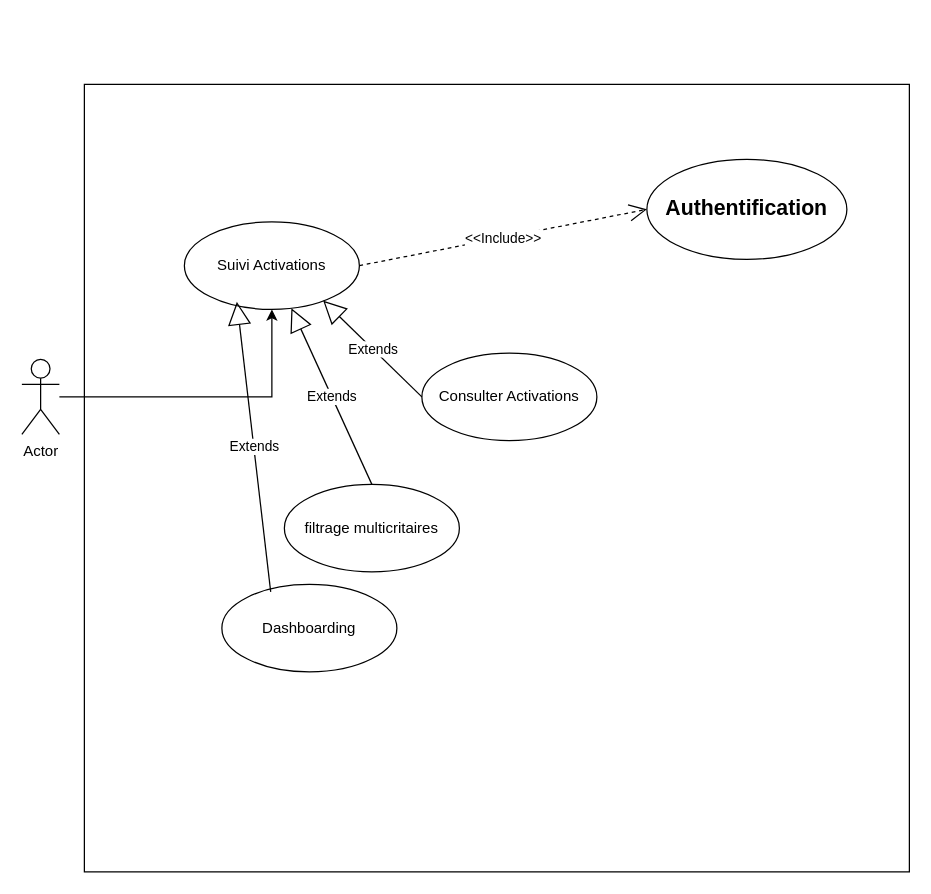
This is smthn/Diagramme sans nom.drawio from omarhafidiomarhafidi/conception, a draw.io file, before an edit. Source tidied: cells renumbered, new cells numbered last; positions are measured from the earlier drawing's top-left corner, leaving out a move shared by most shapes. Both pictures are drawn from the tidied source at 125%, with x=0, y=0 at pixel (21, 84).
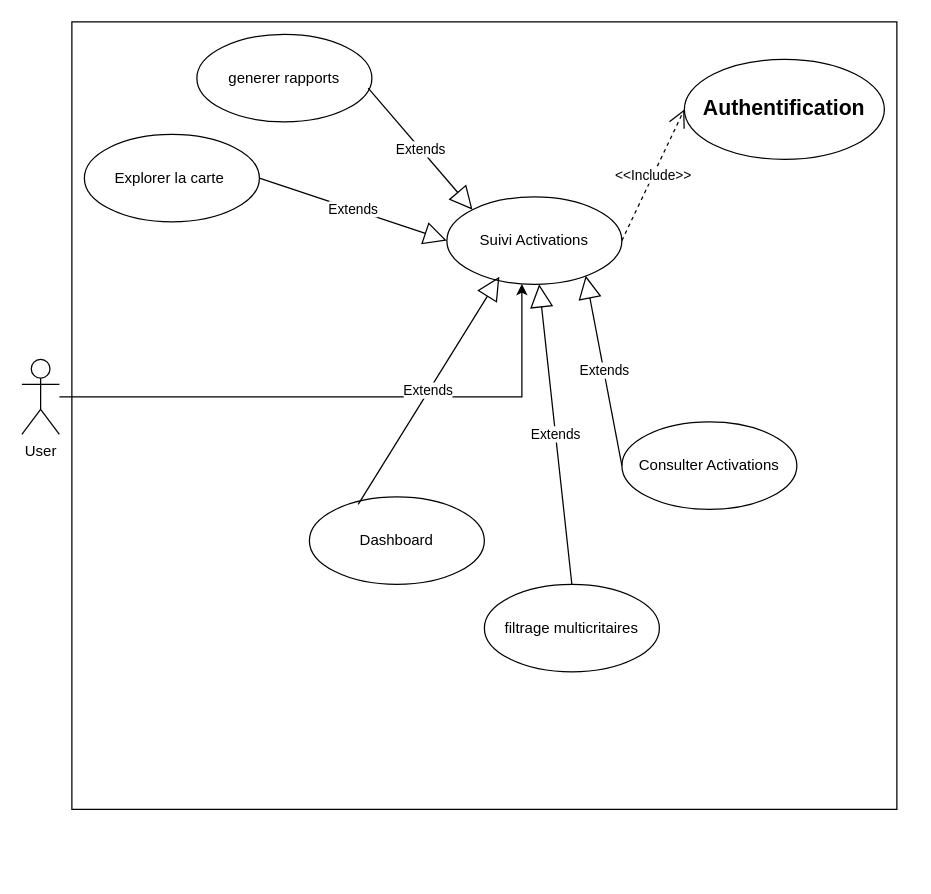
Above is the later version.

Commit message:
Mettre à jour Diagramme sans nom.drawio

Diff of the diagram source:
```diff
@@
 <mxGraphModel>
   <root>
     <mxCell id="0" />
     <mxCell id="1" parent="0" />
-    <mxCell id="2" value="Actor" style="shape=umlActor;verticalLabelPosition=bottom;verticalAlign=top;html=1;outlineConnect=0;" parent="1" vertex="1">
+    <mxCell id="2" value="User&lt;div&gt;&lt;br&gt;&lt;/div&gt;" style="shape=umlActor;verticalLabelPosition=bottom;verticalAlign=top;html=1;outlineConnect=0;" parent="1" vertex="1">
       <mxGeometry y="220" width="30" height="60" as="geometry" />
     </mxCell>
     <mxCell id="3" style="rounded=0;whiteSpace=wrap;html=1;" parent="1" vertex="1">
-      <mxGeometry x="50" width="660" height="630" as="geometry" />
+      <mxGeometry x="40" y="-50" width="660" height="630" as="geometry" />
     </mxCell>
     <mxCell id="4" value="filtrage multicritaires" style="ellipse;whiteSpace=wrap;html=1;" parent="1" vertex="1">
-      <mxGeometry x="210" y="320" width="140" height="70" as="geometry" />
+      <mxGeometry x="370" y="400" width="140" height="70" as="geometry" />
     </mxCell>
     <mxCell id="5" style="edgeStyle=orthogonalEdgeStyle;rounded=0;jettySize=auto;html=1;" parent="1" edge="1" source="2" target="8">
-      <mxGeometry relative="1" as="geometry" />
+      <mxGeometry relative="1" as="geometry">
+        <Array as="points">
+          <mxPoint x="400" y="250" />
+        </Array>
+      </mxGeometry>
     </mxCell>
     <mxCell id="6" value="Consulter Activations" style="ellipse;whiteSpace=wrap;html=1;" parent="1" vertex="1">
-      <mxGeometry x="320" y="215" width="140" height="70" as="geometry" />
+      <mxGeometry x="480" y="270" width="140" height="70" as="geometry" />
     </mxCell>
     <mxCell id="7" value="&lt;b&gt;&lt;font style=&quot;font-size: 17px;&quot;&gt;Authentification&lt;/font&gt;&lt;/b&gt;" style="ellipse;whiteSpace=wrap;html=1;" parent="1" vertex="1">
-      <mxGeometry x="500" y="60" width="160" height="80" as="geometry" />
+      <mxGeometry x="530" y="-20" width="160" height="80" as="geometry" />
     </mxCell>
     <mxCell id="8" value="Suivi Activations" style="ellipse;whiteSpace=wrap;html=1;" parent="1" vertex="1">
-      <mxGeometry x="130" y="110" width="140" height="70" as="geometry" />
+      <mxGeometry x="340" y="90" width="140" height="70" as="geometry" />
     </mxCell>
-    <mxCell id="9" value="Dashboarding" style="ellipse;whiteSpace=wrap;html=1;" parent="1" vertex="1">
-      <mxGeometry x="160" y="400" width="140" height="70" as="geometry" />
+    <mxCell id="9" value="Dashboard" style="ellipse;whiteSpace=wrap;html=1;" parent="1" vertex="1">
+      <mxGeometry x="230" y="330" width="140" height="70" as="geometry" />
     </mxCell>
     <mxCell id="10" value="&amp;lt;&amp;lt;Include&amp;gt;&amp;gt;" style="endArrow=open;endSize=12;dashed=1;html=1;rounded=0;exitX=1;exitY=0.5;exitDx=0;exitDy=0;entryX=0;entryY=0.5;entryDx=0;entryDy=0;" parent="1" edge="1" source="8" target="7">
       <mxGeometry relative="1" as="geometry" />
     </mxCell>
     <mxCell id="11" value="Extends" style="endArrow=block;endSize=16;endFill=0;html=1;rounded=0;exitX=0;exitY=0.5;exitDx=0;exitDy=0;entryX=0.793;entryY=0.9;entryDx=0;entryDy=0;entryPerimeter=0;" parent="1" edge="1" source="6" target="8">
       <mxGeometry relative="1" as="geometry" />
     </mxCell>
     <mxCell id="12" value="Extends" style="endArrow=block;endSize=16;endFill=0;html=1;rounded=0;exitX=0.5;exitY=0;exitDx=0;exitDy=0;" parent="1" edge="1" source="4" target="8">
       <mxGeometry relative="1" as="geometry" />
     </mxCell>
     <mxCell id="13" value="Extends" style="endArrow=block;endSize=16;endFill=0;html=1;rounded=0;exitX=0.279;exitY=0.086;exitDx=0;exitDy=0;entryX=0.3;entryY=0.914;entryDx=0;entryDy=0;entryPerimeter=0;exitPerimeter=0;" parent="1" edge="1" source="9" target="8">
       <mxGeometry relative="1" as="geometry" />
     </mxCell>
+    <mxCell id="14" value="generer rapports" style="ellipse;whiteSpace=wrap;html=1;" parent="1" vertex="1">
+      <mxGeometry x="140" y="-40" width="140" height="70" as="geometry" />
+    </mxCell>
+    <mxCell id="15" value="Extends" style="endArrow=block;endSize=16;endFill=0;html=1;rounded=0;exitX=0.979;exitY=0.614;exitDx=0;exitDy=0;entryX=0;entryY=0;entryDx=0;entryDy=0;exitPerimeter=0;" parent="1" edge="1" source="14" target="8">
+      <mxGeometry relative="1" as="geometry" />
+    </mxCell>
+    <mxCell id="16" value="Extends" style="endArrow=block;endSize=16;endFill=0;html=1;rounded=0;exitX=1;exitY=0.5;exitDx=0;exitDy=0;entryX=0;entryY=0.5;entryDx=0;entryDy=0;" parent="1" edge="1" source="17" target="8">
+      <mxGeometry relative="1" as="geometry" />
+    </mxCell>
+    <mxCell id="17" value="Explorer la carte&amp;nbsp;" style="ellipse;whiteSpace=wrap;html=1;" parent="1" vertex="1">
+      <mxGeometry x="50" y="40" width="140" height="70" as="geometry" />
+    </mxCell>
   </root>
 </mxGraphModel>
```
